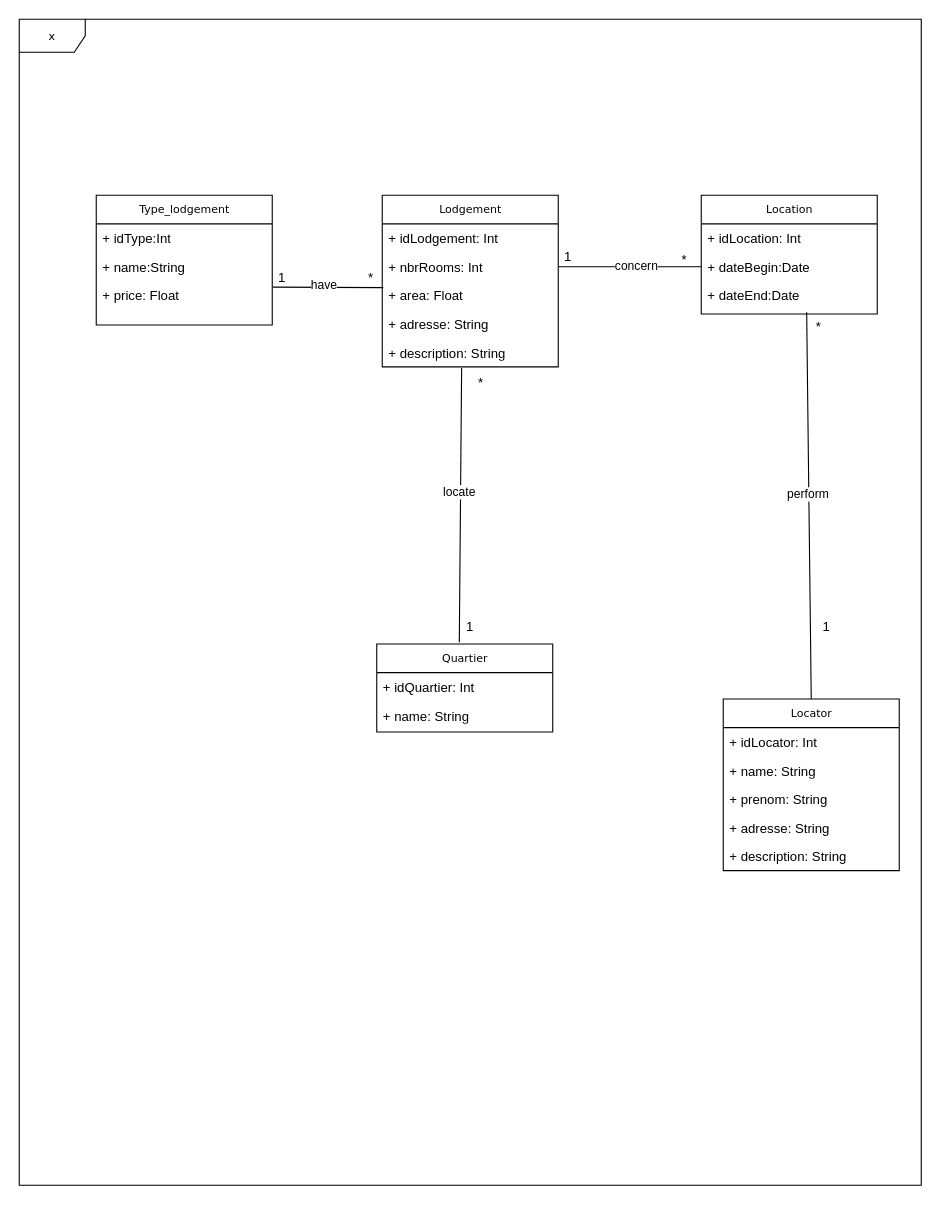
Earlier version of the draw.io diagram Untitled Diagram.drawio (Archippe-m-arkip/location-maison). Source tidied: cells renumbered, new cells numbered last; positions are measured from the earlier drawing's top-left corner, leaving out a move shared by most shapes. Both pictures are drawn from the tidied source at 110%, with x=0, y=0 at pixel (19, 19).
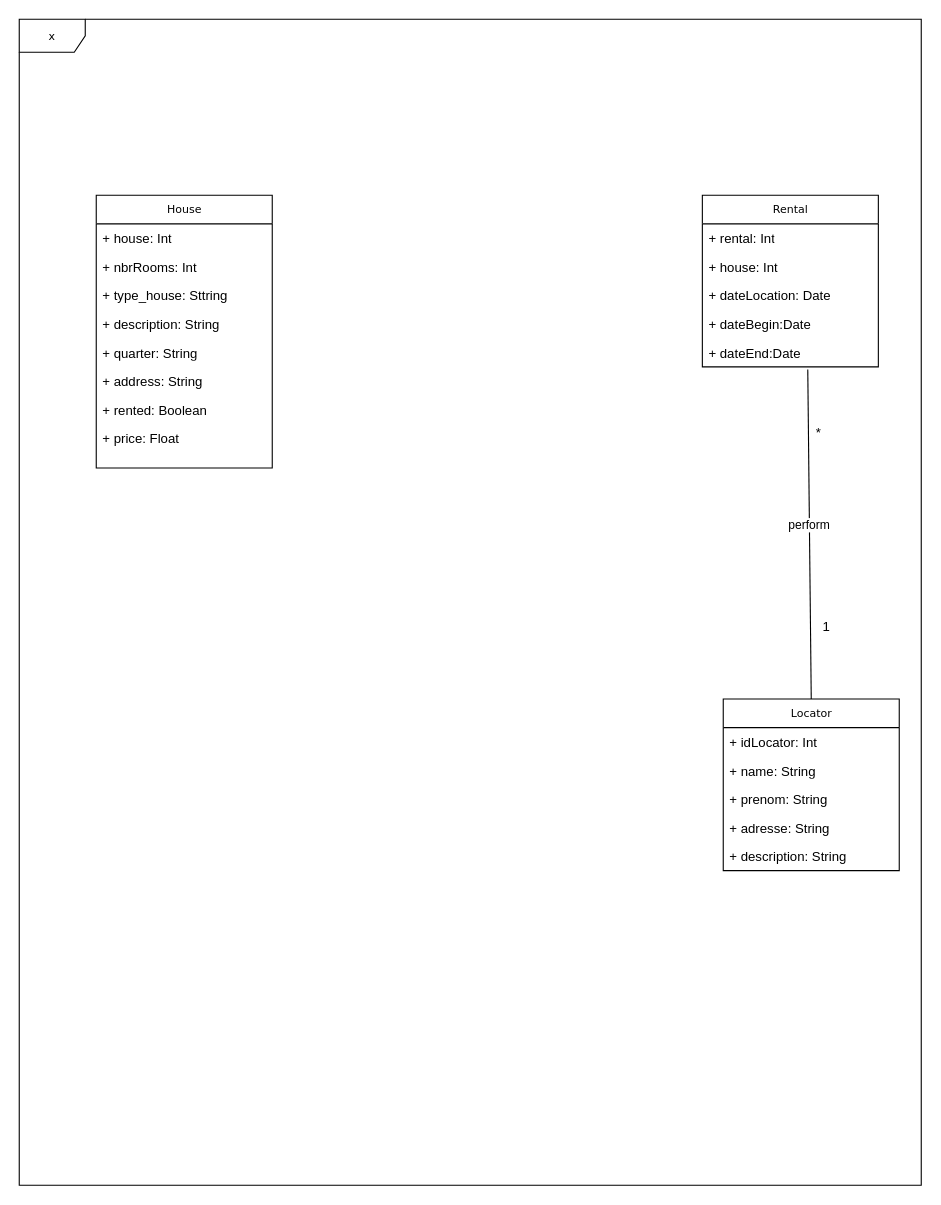
After the change.

Commit message:
modifing house entity

Diff of the diagram source:
```diff
@@
-    <mxCell id="4" value="Lodgement" style="swimlane;html=1;fontStyle=0;horizontal=1;startSize=26;fillColor=none;swimlaneFillColor=#ffffff;rounded=0;shadow=0;comic=0;labelBackgroundColor=none;strokeWidth=1;fontFamily=Verdana;fontSize=10;align=center;" parent="1" vertex="1">
-      <mxGeometry x="330" y="160" width="160" height="156" as="geometry" />
-    </mxCell>
-    <mxCell id="5" value="+ idLodgement: Int" style="text;html=1;strokeColor=none;fillColor=none;align=left;verticalAlign=top;spacingLeft=4;spacingRight=4;whiteSpace=wrap;overflow=hidden;" parent="4" vertex="1">
-      <mxGeometry y="26" width="160" height="26" as="geometry" />
-    </mxCell>
-    <mxCell id="6" value="+ nbrRooms: Int" style="text;html=1;strokeColor=none;fillColor=none;align=left;verticalAlign=top;spacingLeft=4;spacingRight=4;whiteSpace=wrap;overflow=hidden;points=[[0,0.5],[1,0.5]];portConstraint=eastwest;" parent="4" vertex="1">
-      <mxGeometry y="52" width="160" height="26" as="geometry" />
-    </mxCell>
-    <mxCell id="7" value="+ area: Float" style="text;html=1;strokeColor=none;fillColor=none;align=left;verticalAlign=top;spacingLeft=4;spacingRight=4;whiteSpace=wrap;overflow=hidden;points=[[0,0.5],[1,0.5]];portConstraint=eastwest;" parent="4" vertex="1">
-      <mxGeometry y="78" width="160" height="26" as="geometry" />
-    </mxCell>
-    <mxCell id="8" value="+ adresse: String" style="text;html=1;strokeColor=none;fillColor=none;align=left;verticalAlign=top;spacingLeft=4;spacingRight=4;whiteSpace=wrap;overflow=hidden;" parent="4" vertex="1">
-      <mxGeometry y="104" width="160" height="26" as="geometry" />
-    </mxCell>
-    <mxCell id="9" value="+ description: String" style="text;html=1;strokeColor=none;fillColor=none;align=left;verticalAlign=top;spacingLeft=4;spacingRight=4;whiteSpace=wrap;overflow=hidden;points=[[0,0.5],[1,0.5]];portConstraint=eastwest;" parent="4" vertex="1">
-      <mxGeometry y="130" width="160" height="26" as="geometry" />
-    </mxCell>
@@
-    <mxCell id="13" value="Location" style="swimlane;html=1;fontStyle=0;horizontal=1;startSize=26;fillColor=none;swimlaneFillColor=#ffffff;rounded=0;shadow=0;comic=0;labelBackgroundColor=none;strokeWidth=1;fontFamily=Verdana;fontSize=10;align=center;" parent="1" vertex="1">
-      <mxGeometry x="620" y="160" width="160" height="108" as="geometry" />
+    <mxCell id="13" value="Rental" style="swimlane;html=1;fontStyle=0;horizontal=1;startSize=26;fillColor=none;swimlaneFillColor=#ffffff;rounded=0;shadow=0;comic=0;labelBackgroundColor=none;strokeWidth=1;fontFamily=Verdana;fontSize=10;align=center;" parent="1" vertex="1">
+      <mxGeometry x="621" y="160" width="160" height="156" as="geometry" />
     </mxCell>
-    <mxCell id="14" value="+ idLocation: Int" style="text;html=1;strokeColor=none;fillColor=none;align=left;verticalAlign=top;spacingLeft=4;spacingRight=4;whiteSpace=wrap;overflow=hidden;" parent="13" vertex="1">
+    <mxCell id="14" value="+ rental: Int" style="text;html=1;strokeColor=none;fillColor=none;align=left;verticalAlign=top;spacingLeft=4;spacingRight=4;whiteSpace=wrap;overflow=hidden;" parent="13" vertex="1">
       <mxGeometry y="26" width="160" height="26" as="geometry" />
     </mxCell>
+    <mxCell id="46" value="+ house: Int" style="text;html=1;strokeColor=none;fillColor=none;align=left;verticalAlign=top;spacingLeft=4;spacingRight=4;whiteSpace=wrap;overflow=hidden;" parent="13" vertex="1">
+      <mxGeometry y="52" width="160" height="26" as="geometry" />
+    </mxCell>
+    <mxCell id="47" value="+ dateLocation: Date" style="text;html=1;strokeColor=none;fillColor=none;align=left;verticalAlign=top;spacingLeft=4;spacingRight=4;whiteSpace=wrap;overflow=hidden;" parent="13" vertex="1">
+      <mxGeometry y="78" width="160" height="26" as="geometry" />
+    </mxCell>
     <mxCell id="15" value="+ dateBegin:Date" style="text;html=1;strokeColor=none;fillColor=none;align=left;verticalAlign=top;spacingLeft=4;spacingRight=4;whiteSpace=wrap;overflow=hidden;points=[[0,0.5],[1,0.5]];portConstraint=eastwest;" parent="13" vertex="1">
-      <mxGeometry y="52" width="160" height="26" as="geometry" />
+      <mxGeometry y="104" width="160" height="26" as="geometry" />
     </mxCell>
     <mxCell id="16" value="+ dateEnd:Date" style="text;html=1;strokeColor=none;fillColor=none;align=left;verticalAlign=top;spacingLeft=4;spacingRight=4;whiteSpace=wrap;overflow=hidden;points=[[0,0.5],[1,0.5]];portConstraint=eastwest;" parent="13" vertex="1">
-      <mxGeometry y="78" width="160" height="26" as="geometry" />
+      <mxGeometry y="130" width="160" height="26" as="geometry" />
     </mxCell>
-    <mxCell id="17" value="Type_lodgement" style="swimlane;html=1;fontStyle=0;horizontal=1;startSize=26;fillColor=none;swimlaneFillColor=#ffffff;rounded=0;shadow=0;comic=0;labelBackgroundColor=none;strokeWidth=1;fontFamily=Verdana;fontSize=10;align=center;" parent="1" vertex="1">
-      <mxGeometry x="70" y="160" width="160" height="118" as="geometry" />
+    <mxCell id="17" value="House" style="swimlane;html=1;fontStyle=0;horizontal=1;startSize=26;fillColor=none;swimlaneFillColor=#ffffff;rounded=0;shadow=0;comic=0;labelBackgroundColor=none;strokeWidth=1;fontFamily=Verdana;fontSize=10;align=center;" parent="1" vertex="1">
+      <mxGeometry x="70" y="160" width="160" height="248" as="geometry" />
     </mxCell>
-    <mxCell id="18" value="+ idType:Int" style="text;html=1;strokeColor=none;fillColor=none;align=left;verticalAlign=top;spacingLeft=4;spacingRight=4;whiteSpace=wrap;overflow=hidden;" parent="17" vertex="1">
+    <mxCell id="18" value="+ house: Int" style="text;html=1;strokeColor=none;fillColor=none;align=left;verticalAlign=top;spacingLeft=4;spacingRight=4;whiteSpace=wrap;overflow=hidden;" parent="17" vertex="1">
       <mxGeometry y="26" width="160" height="26" as="geometry" />
     </mxCell>
-    <mxCell id="19" value="+ name:String" style="text;html=1;strokeColor=none;fillColor=none;align=left;verticalAlign=top;spacingLeft=4;spacingRight=4;whiteSpace=wrap;overflow=hidden;" parent="17" vertex="1">
+    <mxCell id="19" value="+ nbrRooms: Int" style="text;html=1;strokeColor=none;fillColor=none;align=left;verticalAlign=top;spacingLeft=4;spacingRight=4;whiteSpace=wrap;overflow=hidden;" parent="17" vertex="1">
       <mxGeometry y="52" width="160" height="26" as="geometry" />
     </mxCell>
-    <mxCell id="20" value="+ price: Float" style="text;html=1;strokeColor=none;fillColor=none;align=left;verticalAlign=top;spacingLeft=4;spacingRight=4;whiteSpace=wrap;overflow=hidden;points=[[0,0.5],[1,0.5]];portConstraint=eastwest;" parent="17" vertex="1">
+    <mxCell id="20" value="+ type_house: Sttring" style="text;html=1;strokeColor=none;fillColor=none;align=left;verticalAlign=top;spacingLeft=4;spacingRight=4;whiteSpace=wrap;overflow=hidden;points=[[0,0.5],[1,0.5]];portConstraint=eastwest;" parent="17" vertex="1">
       <mxGeometry y="78" width="160" height="26" as="geometry" />
     </mxCell>
-    <mxCell id="21" value="Quartier" style="swimlane;html=1;fontStyle=0;horizontal=1;startSize=26;fillColor=none;swimlaneFillColor=#ffffff;rounded=0;shadow=0;comic=0;labelBackgroundColor=none;strokeWidth=1;fontFamily=Verdana;fontSize=10;align=center;" parent="1" vertex="1">
-      <mxGeometry x="325" y="568" width="160" height="80" as="geometry" />
-    </mxCell>
-    <mxCell id="22" value="+ idQuartier: Int" style="text;html=1;strokeColor=none;fillColor=none;align=left;verticalAlign=top;spacingLeft=4;spacingRight=4;whiteSpace=wrap;overflow=hidden;" parent="21" vertex="1">
-      <mxGeometry y="26" width="160" height="26" as="geometry" />
-    </mxCell>
-    <mxCell id="23" value="+ name: String" style="text;html=1;strokeColor=none;fillColor=none;align=left;verticalAlign=top;spacingLeft=4;spacingRight=4;whiteSpace=wrap;overflow=hidden;" parent="21" vertex="1">
-      <mxGeometry y="52" width="160" height="26" as="geometry" />
-    </mxCell>
+    <mxCell id="9" value="+ description: String" style="text;html=1;strokeColor=none;fillColor=none;align=left;verticalAlign=top;spacingLeft=4;spacingRight=4;whiteSpace=wrap;overflow=hidden;points=[[0,0.5],[1,0.5]];portConstraint=eastwest;" parent="17" vertex="1">
+      <mxGeometry y="104" width="160" height="26" as="geometry" />
+    </mxCell>
+    <mxCell id="48" value="+ quarter: String" style="text;html=1;strokeColor=none;fillColor=none;align=left;verticalAlign=top;spacingLeft=4;spacingRight=4;whiteSpace=wrap;overflow=hidden;" parent="17" vertex="1">
+      <mxGeometry y="130" width="160" height="26" as="geometry" />
+    </mxCell>
+    <mxCell id="49" value="+ address: String" style="text;html=1;strokeColor=none;fillColor=none;align=left;verticalAlign=top;spacingLeft=4;spacingRight=4;whiteSpace=wrap;overflow=hidden;" parent="17" vertex="1">
+      <mxGeometry y="156" width="160" height="26" as="geometry" />
+    </mxCell>
+    <mxCell id="50" value="+ rented: Boolean" style="text;html=1;strokeColor=none;fillColor=none;align=left;verticalAlign=top;spacingLeft=4;spacingRight=4;whiteSpace=wrap;overflow=hidden;" parent="17" vertex="1">
+      <mxGeometry y="182" width="160" height="26" as="geometry" />
+    </mxCell>
+    <mxCell id="51" value="+ price: Float" style="text;html=1;strokeColor=none;fillColor=none;align=left;verticalAlign=top;spacingLeft=4;spacingRight=4;whiteSpace=wrap;overflow=hidden;" parent="17" vertex="1">
+      <mxGeometry y="208" width="160" height="26" as="geometry" />
+    </mxCell>
@@
-    <mxCell id="30" style="endArrow=none;html=1;rounded=0;entryX=0.006;entryY=0.231;entryDx=0;entryDy=0;entryPerimeter=0;exitX=1.003;exitY=0.212;exitDx=0;exitDy=0;exitPerimeter=0;" parent="1" edge="1" source="20" target="7">
-      <mxGeometry relative="1" as="geometry" />
-    </mxCell>
-    <mxCell id="31" value="have" style="edgeLabel;html=1;align=center;verticalAlign=middle;" parent="30" vertex="1">
-      <mxGeometry x="-0.08" y="-2" relative="1" as="geometry">
-        <mxPoint y="-4" as="offset" />
-      </mxGeometry>
-    </mxCell>
-    <mxCell id="32" style="endArrow=none;html=1;rounded=0;entryX=0;entryY=0.5;entryDx=0;entryDy=0;exitX=1;exitY=0.5;exitDx=0;exitDy=0;" parent="1" edge="1" source="6" target="15">
-      <mxGeometry relative="1" as="geometry" />
-    </mxCell>
-    <mxCell id="33" value="concern" style="edgeLabel;html=1;align=center;verticalAlign=middle;" parent="32" vertex="1">
-      <mxGeometry x="0.08" y="2" relative="1" as="geometry" />
-    </mxCell>
@@
-    <mxCell id="36" style="endArrow=none;html=1;rounded=0;entryX=0.469;entryY=-0.021;entryDx=0;entryDy=0;entryPerimeter=0;exitX=0.451;exitY=1.039;exitDx=0;exitDy=0;exitPerimeter=0;" parent="1" edge="1" source="9" target="21">
-      <mxGeometry relative="1" as="geometry" />
-    </mxCell>
-    <mxCell id="37" value="locate" style="edgeLabel;html=1;align=center;verticalAlign=middle;" parent="36" vertex="1">
-      <mxGeometry x="-0.09" y="-2" relative="1" as="geometry" />
-    </mxCell>
-    <mxCell id="38" value="&lt;div&gt;1&lt;/div&gt;" style="text;html=1;align=center;verticalAlign=middle;whiteSpace=wrap;rounded=0;" parent="1" vertex="1">
-      <mxGeometry x="209" y="220" width="60" height="30" as="geometry" />
-    </mxCell>
-    <mxCell id="39" value="*" style="text;html=1;align=center;verticalAlign=middle;whiteSpace=wrap;rounded=0;" parent="1" vertex="1">
-      <mxGeometry x="290" y="220" width="60" height="30" as="geometry" />
-    </mxCell>
-    <mxCell id="40" value="*" style="text;html=1;align=center;verticalAlign=middle;whiteSpace=wrap;rounded=0;" parent="1" vertex="1">
-      <mxGeometry x="585" y="204" width="40" height="30" as="geometry" />
-    </mxCell>
-    <mxCell id="41" value="1" style="text;html=1;align=center;verticalAlign=middle;whiteSpace=wrap;rounded=0;" parent="1" vertex="1">
-      <mxGeometry x="479" y="201" width="40" height="30" as="geometry" />
-    </mxCell>
     <mxCell id="42" value="*" style="text;html=1;align=center;verticalAlign=middle;whiteSpace=wrap;rounded=0;" parent="1" vertex="1">
-      <mxGeometry x="697" y="265" width="60" height="30" as="geometry" />
+      <mxGeometry x="697" y="361" width="60" height="30" as="geometry" />
     </mxCell>
@@
-    <mxCell id="44" value="1" style="text;html=1;align=center;verticalAlign=middle;whiteSpace=wrap;rounded=0;" parent="1" vertex="1">
-      <mxGeometry x="380" y="538" width="60" height="30" as="geometry" />
-    </mxCell>
-    <mxCell id="45" value="*" style="text;html=1;align=center;verticalAlign=middle;whiteSpace=wrap;rounded=0;" parent="1" vertex="1">
-      <mxGeometry x="390" y="316" width="60" height="30" as="geometry" />
-    </mxCell>
```
